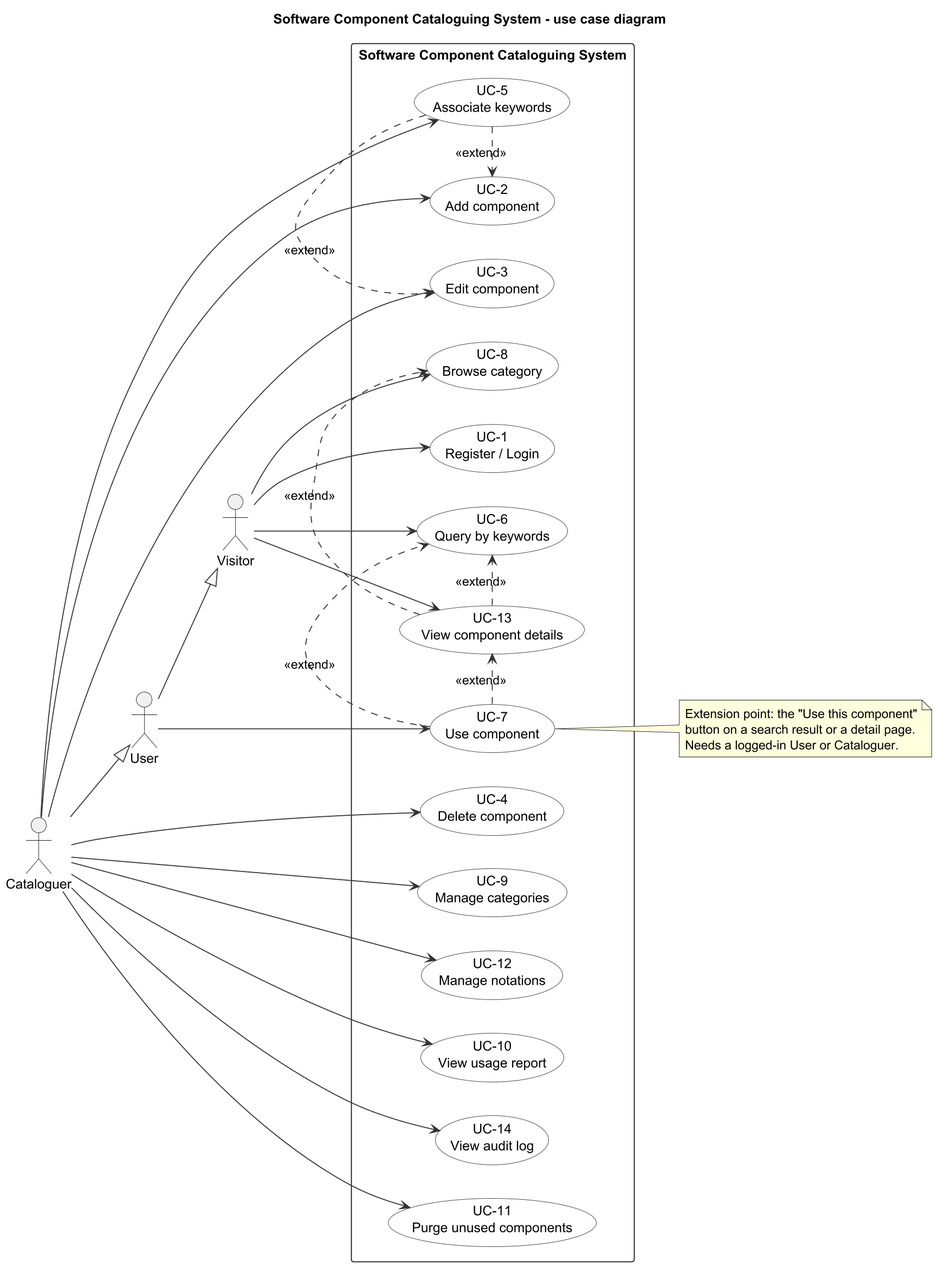
Before: docs/diagrams/use-case.png, a diagram exported from PlantUML (YashIIT0909/SWE_LAB_Assignment).
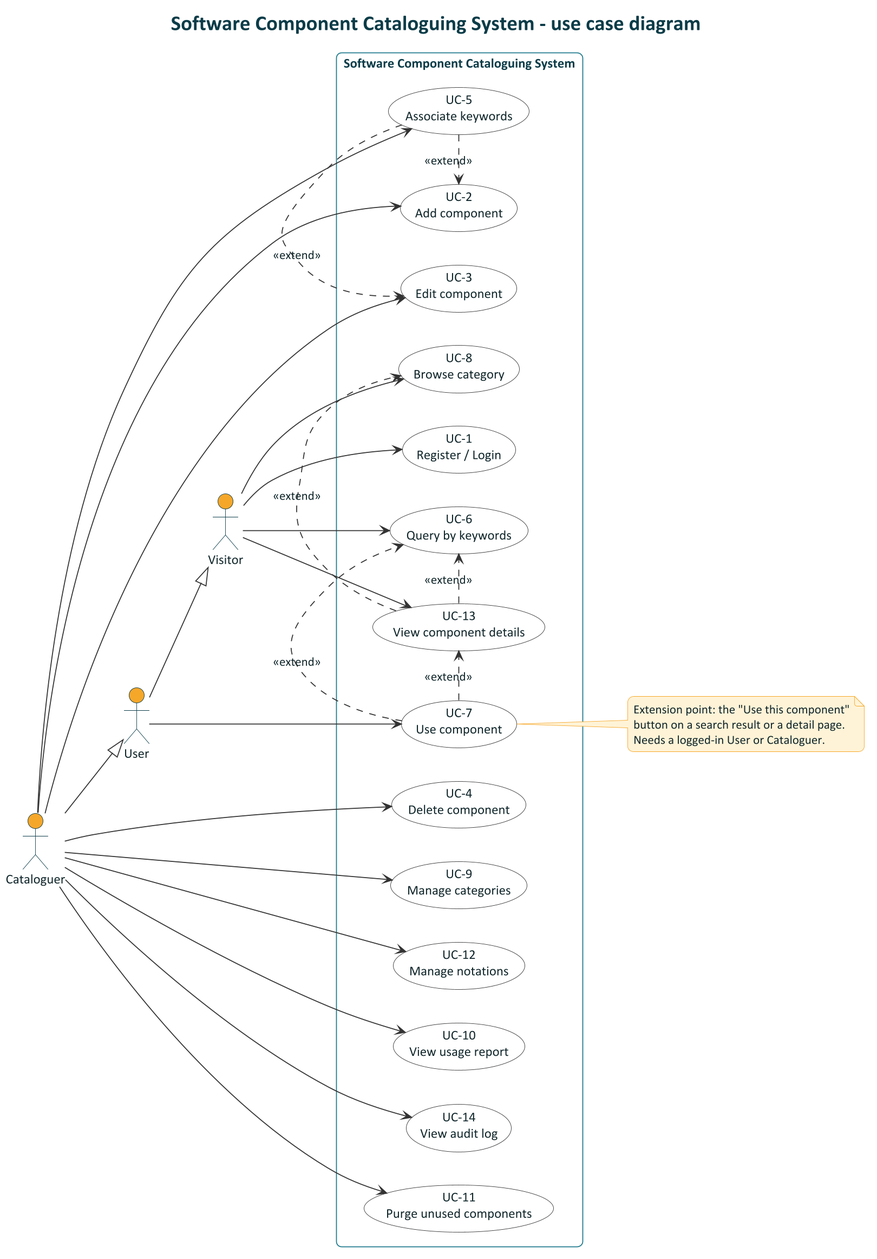
Above is the later version.

Change to the diagram source:
```diff
@@ -1,4 +1,5 @@
 @startuml use-case
+!include sccs-theme.puml
 title Software Component Cataloguing System - use case diagram
 left to right direction
 skinparam shadowing false
```
